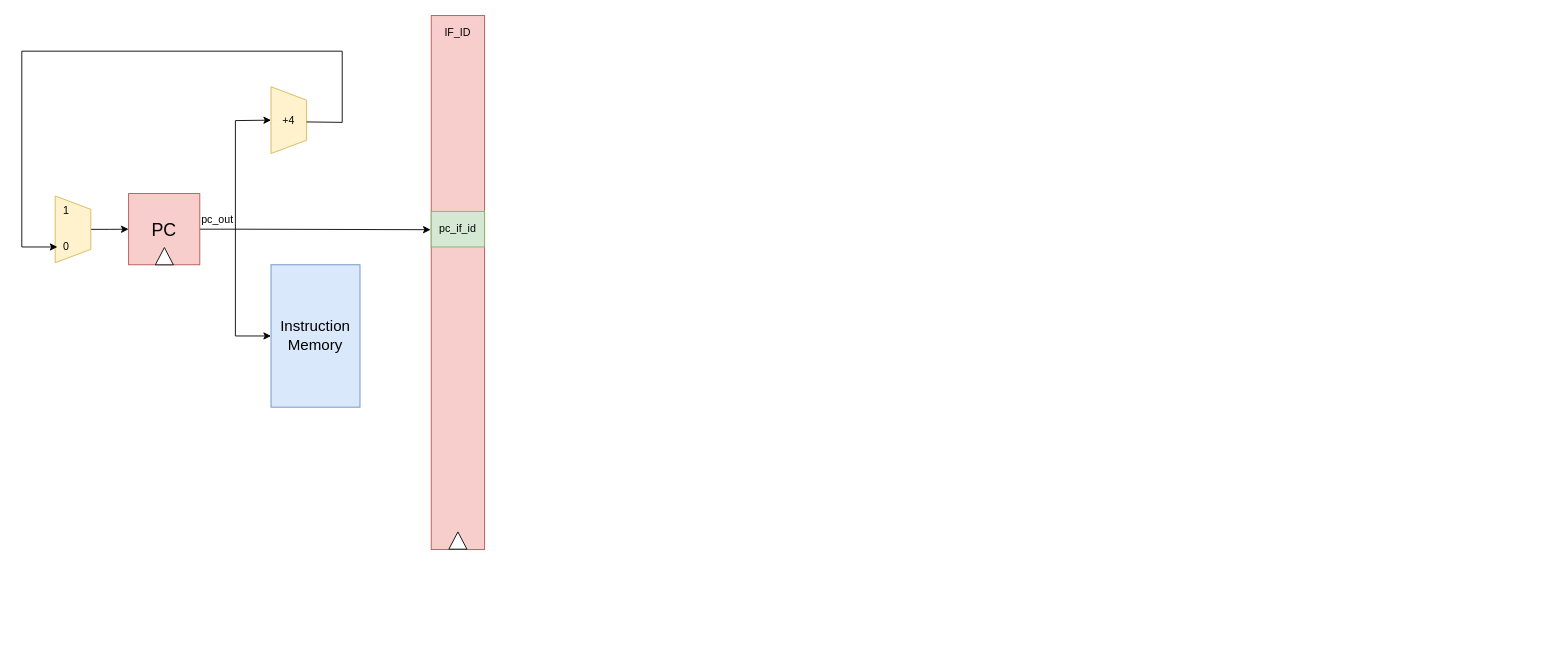
This is HW1/RISC-V Pipeline CPU.drawio from NightKirie/VLSI_2020, a draw.io file, before an edit. Source tidied: cells renumbered, new cells numbered last; positions are measured from the earlier drawing's top-left corner, leaving out a move shared by most shapes. Both pictures are drawn from the tidied source at 89%, with x=0, y=0 at pixel (21, 15).
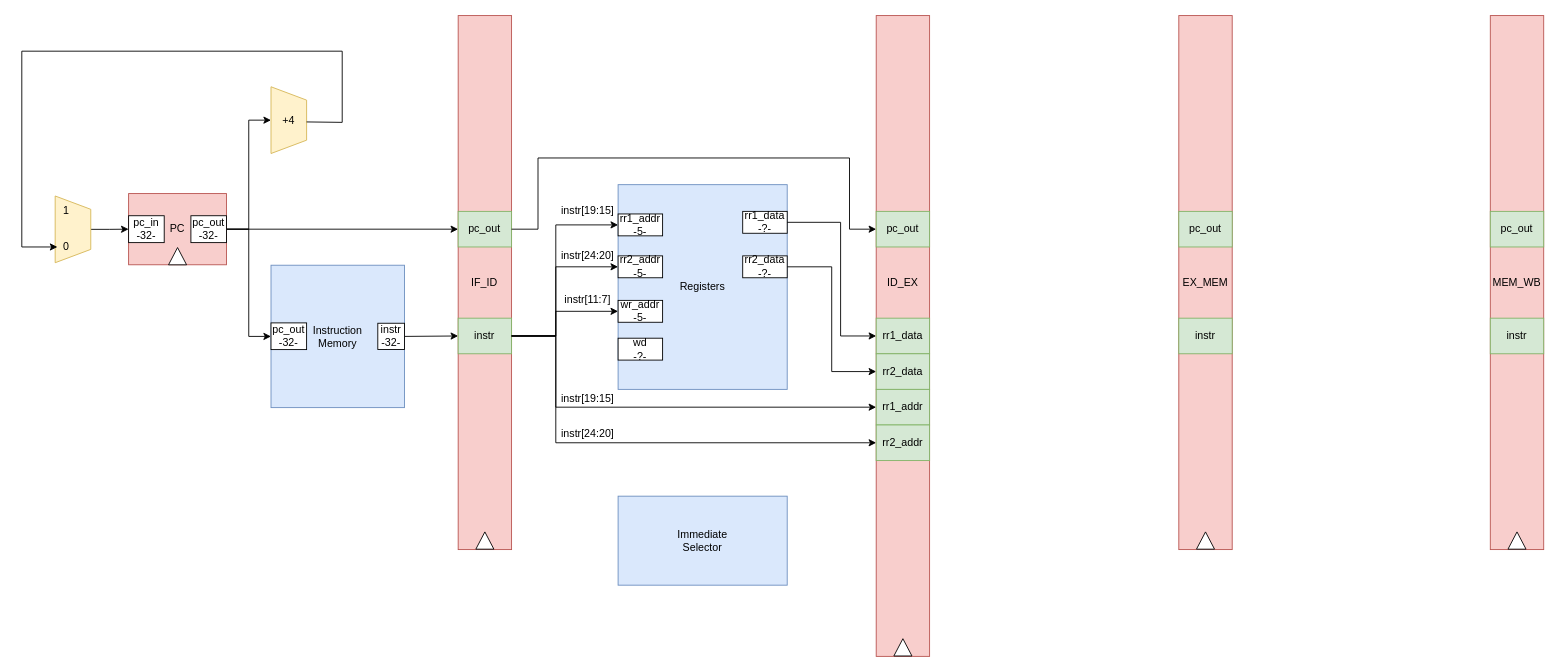
After the change.

The change refers to these unchanged cells:
```xml
<mxCell id="12" value="+4" style="shape=trapezoid;perimeter=trapezoidPerimeter;whiteSpace=wrap;html=1;rounded=0;shadow=0;glass=0;comic=0;fillColor=#fff2cc;strokeColor=#d6b656;rotation=90;horizontal=0;" parent="1" vertex="1">
  <mxGeometry x="262.5" y="97.5" width="75" height="40" as="geometry" />
</mxCell>
```

Change to the diagram source:
```diff
@@
-    <mxCell id="3" value="&lt;font style=&quot;font-size: 20px&quot;&gt;PC&lt;/font&gt;" style="rounded=0;whiteSpace=wrap;html=1;fillColor=#f8cecc;strokeColor=#b85450;gradientColor=none;comic=0;shadow=0;glass=0;" parent="1" vertex="1">
-      <mxGeometry x="120" y="200" width="80" height="80" as="geometry" />
-    </mxCell>
-    <mxCell id="4" style="triangle;whiteSpace=wrap;html=1;rounded=0;shadow=0;glass=0;comic=0;direction=west;rotation=90;" parent="1" vertex="1">
-      <mxGeometry x="150.5" y="260.2" width="19.4" height="20.3" as="geometry" />
-    </mxCell>
-    <mxCell id="5" value="&lt;font style=&quot;font-size: 17px&quot;&gt;Instruction&lt;br&gt;Memory&lt;/font&gt;" style="rounded=0;whiteSpace=wrap;html=1;shadow=0;glass=0;comic=0;fillColor=#dae8fc;strokeColor=#6c8ebf;" parent="1" vertex="1">
-      <mxGeometry x="280" y="280" width="100" height="160" as="geometry" />
-    </mxCell>
-    <mxCell id="6" value="pc_out" style="text;html=1;strokeColor=none;fillColor=none;align=center;verticalAlign=middle;whiteSpace=wrap;rounded=0;shadow=0;glass=0;comic=0;" parent="1" vertex="1">
-      <mxGeometry x="200" y="220" width="40" height="20" as="geometry" />
-    </mxCell>
-    <mxCell id="7" value="&lt;p style=&quot;line-height: 190%&quot;&gt;&lt;br&gt;&lt;/p&gt;" style="rounded=0;whiteSpace=wrap;html=1;shadow=0;glass=0;comic=0;fillColor=#f8cecc;strokeColor=#b85450;" parent="1" vertex="1">
-      <mxGeometry x="460" width="60" height="600" as="geometry" />
-    </mxCell>
-    <mxCell id="8" style="endArrow=classic;html=1;exitX=1;exitY=1;exitDx=0;exitDy=0;entryX=-0.011;entryY=0.401;entryDx=0;entryDy=0;entryPerimeter=0;" parent="1" edge="1" source="6" target="7">
-      <mxGeometry relative="1" as="geometry" />
-    </mxCell>
-    <mxCell id="9" value="IF_ID" style="text;html=1;strokeColor=none;fillColor=none;align=center;verticalAlign=middle;whiteSpace=wrap;rounded=0;shadow=0;glass=0;comic=0;" parent="1" vertex="1">
-      <mxGeometry x="470" y="10" width="40" height="20" as="geometry" />
-    </mxCell>
-    <mxCell id="10" value="pc_if_id" style="rounded=0;whiteSpace=wrap;html=1;shadow=0;glass=0;comic=0;fillColor=#d5e8d4;strokeColor=#82b366;" parent="1" vertex="1">
-      <mxGeometry x="460" y="220" width="60" height="40" as="geometry" />
-    </mxCell>
-    <mxCell id="11" style="triangle;whiteSpace=wrap;html=1;rounded=0;shadow=0;glass=0;comic=0;direction=west;rotation=90;" parent="1" vertex="1">
-      <mxGeometry x="480.3" y="579.7" width="19.4" height="20.3" as="geometry" />
-    </mxCell>
@@
-    <mxCell id="13" style="endArrow=classic;html=1;entryX=0.5;entryY=1;entryDx=0;entryDy=0;rounded=0;" parent="1" edge="1" target="12">
-      <mxGeometry relative="1" as="geometry">
-        <mxPoint x="240" y="240" as="sourcePoint" />
-        <Array as="points">
-          <mxPoint x="240" y="118" />
-        </Array>
-      </mxGeometry>
-    </mxCell>
@@
+    <mxCell id="23" style="endArrow=classic;html=1;exitX=1;exitY=0.5;exitDx=0;exitDy=0;entryX=0;entryY=0.6;entryDx=0;entryDy=0;entryPerimeter=0;" parent="1" edge="1" source="5" target="7">
+      <mxGeometry relative="1" as="geometry" />
+    </mxCell>
+    <mxCell id="24" style="edgeStyle=orthogonalEdgeStyle;rounded=0;jettySize=auto;html=1;exitX=1;exitY=0.5;exitDx=0;exitDy=0;entryX=0.5;entryY=1;entryDx=0;entryDy=0;" parent="1" edge="1" source="30" target="12">
+      <mxGeometry relative="1" as="geometry" />
+    </mxCell>
+    <mxCell id="25" style="edgeStyle=orthogonalEdgeStyle;rounded=0;jettySize=auto;html=1;exitX=1;exitY=0.5;exitDx=0;exitDy=0;" parent="1" edge="1" source="30" target="10">
+      <mxGeometry relative="1" as="geometry" />
+    </mxCell>
+    <mxCell id="26" style="group;" parent="1" vertex="1">
+      <mxGeometry x="280" y="280.5" width="150" height="160" as="geometry" />
+    </mxCell>
+    <mxCell id="5" value="&lt;font style=&quot;font-size: 12px&quot;&gt;Instruction&lt;br&gt;Memory&lt;/font&gt;" style="rounded=0;whiteSpace=wrap;html=1;shadow=0;glass=0;comic=0;fillColor=#dae8fc;strokeColor=#6c8ebf;" parent="26" vertex="1">
+      <mxGeometry width="150" height="160" as="geometry" />
+    </mxCell>
+    <mxCell id="27" value="instr&lt;br&gt;-32-" style="rounded=0;whiteSpace=wrap;html=1;" parent="26" vertex="1">
+      <mxGeometry x="120" y="65.2" width="30" height="29.5" as="geometry" />
+    </mxCell>
+    <mxCell id="28" value="pc_out&lt;br&gt;-32-" style="rounded=0;whiteSpace=wrap;html=1;" parent="26" vertex="1">
+      <mxGeometry y="64.8" width="40" height="30" as="geometry" />
+    </mxCell>
+    <mxCell id="29" style="group;" parent="1" vertex="1">
+      <mxGeometry x="120" y="200" width="110" height="80" as="geometry" />
+    </mxCell>
+    <mxCell id="3" value="&lt;font style=&quot;font-size: 12px&quot;&gt;PC&lt;/font&gt;" style="rounded=0;whiteSpace=wrap;html=1;fillColor=#f8cecc;strokeColor=#b85450;gradientColor=none;comic=0;shadow=0;glass=0;" parent="29" vertex="1">
+      <mxGeometry width="110" height="80" as="geometry" />
+    </mxCell>
+    <mxCell id="4" style="triangle;whiteSpace=wrap;html=1;rounded=0;shadow=0;glass=0;comic=0;direction=west;rotation=90;" parent="29" vertex="1">
+      <mxGeometry x="45.3" y="60.2" width="19.4" height="20.3" as="geometry" />
+    </mxCell>
+    <mxCell id="30" value="pc_out&lt;br&gt;-32-" style="rounded=0;whiteSpace=wrap;html=1;" parent="29" vertex="1">
+      <mxGeometry x="70" y="24.9" width="40" height="30.2" as="geometry" />
+    </mxCell>
+    <mxCell id="31" value="pc_in&lt;br&gt;-32-" style="rounded=0;whiteSpace=wrap;html=1;" parent="29" vertex="1">
+      <mxGeometry y="24.9" width="40" height="30.2" as="geometry" />
+    </mxCell>
+    <mxCell id="32" style="group;" parent="1" vertex="1">
+      <mxGeometry x="490.3" width="60" height="600" as="geometry" />
+    </mxCell>
+    <mxCell id="7" value="&lt;p style=&quot;line-height: 190%&quot;&gt;&lt;br&gt;&lt;/p&gt;" style="rounded=0;whiteSpace=wrap;html=1;shadow=0;glass=0;comic=0;fillColor=#f8cecc;strokeColor=#b85450;" parent="32" vertex="1">
+      <mxGeometry width="60" height="600" as="geometry" />
+    </mxCell>
+    <mxCell id="9" value="IF_ID" style="text;html=1;strokeColor=none;fillColor=none;align=center;verticalAlign=middle;whiteSpace=wrap;rounded=0;shadow=0;glass=0;comic=0;" parent="32" vertex="1">
+      <mxGeometry x="10" y="290" width="40" height="20" as="geometry" />
+    </mxCell>
+    <mxCell id="10" value="pc_out" style="rounded=0;whiteSpace=wrap;html=1;shadow=0;glass=0;comic=0;fillColor=#d5e8d4;strokeColor=#82b366;" parent="32" vertex="1">
+      <mxGeometry y="220" width="60" height="40" as="geometry" />
+    </mxCell>
+    <mxCell id="11" style="triangle;whiteSpace=wrap;html=1;rounded=0;shadow=0;glass=0;comic=0;direction=west;rotation=90;" parent="32" vertex="1">
+      <mxGeometry x="20.3" y="579.7" width="19.4" height="20.3" as="geometry" />
+    </mxCell>
+    <mxCell id="33" value="instr" style="rounded=0;whiteSpace=wrap;html=1;shadow=0;glass=0;comic=0;fillColor=#d5e8d4;strokeColor=#82b366;" parent="32" vertex="1">
+      <mxGeometry y="340" width="60" height="40" as="geometry" />
+    </mxCell>
+    <mxCell id="34" style="group;" parent="1" vertex="1">
+      <mxGeometry x="1300" width="60" height="600" as="geometry" />
+    </mxCell>
+    <mxCell id="35" style="group;" parent="34" vertex="1">
+      <mxGeometry width="60" height="600" as="geometry" />
+    </mxCell>
+    <mxCell id="36" value="&lt;p style=&quot;line-height: 190%&quot;&gt;&lt;br&gt;&lt;/p&gt;" style="rounded=0;whiteSpace=wrap;html=1;shadow=0;glass=0;comic=0;fillColor=#f8cecc;strokeColor=#b85450;" parent="35" vertex="1">
+      <mxGeometry width="60" height="600" as="geometry" />
+    </mxCell>
+    <mxCell id="37" value="EX_MEM" style="text;html=1;strokeColor=none;fillColor=none;align=center;verticalAlign=middle;whiteSpace=wrap;rounded=0;shadow=0;glass=0;comic=0;" parent="35" vertex="1">
+      <mxGeometry x="10" y="290" width="40" height="20" as="geometry" />
+    </mxCell>
+    <mxCell id="38" value="pc_out" style="rounded=0;whiteSpace=wrap;html=1;shadow=0;glass=0;comic=0;fillColor=#d5e8d4;strokeColor=#82b366;" parent="35" vertex="1">
+      <mxGeometry y="220" width="60" height="40" as="geometry" />
+    </mxCell>
+    <mxCell id="39" style="triangle;whiteSpace=wrap;html=1;rounded=0;shadow=0;glass=0;comic=0;direction=west;rotation=90;" parent="35" vertex="1">
+      <mxGeometry x="20.3" y="579.7" width="19.4" height="20.3" as="geometry" />
+    </mxCell>
+    <mxCell id="40" value="instr" style="rounded=0;whiteSpace=wrap;html=1;shadow=0;glass=0;comic=0;fillColor=#d5e8d4;strokeColor=#82b366;" parent="35" vertex="1">
+      <mxGeometry y="340" width="60" height="40" as="geometry" />
+    </mxCell>
+    <mxCell id="41" style="group;" parent="1" vertex="1">
+      <mxGeometry x="1650" width="60" height="600" as="geometry" />
+    </mxCell>
+    <mxCell id="42" style="group;" parent="41" vertex="1">
+      <mxGeometry width="60" height="600" as="geometry" />
+    </mxCell>
+    <mxCell id="43" value="&lt;p style=&quot;line-height: 190%&quot;&gt;&lt;br&gt;&lt;/p&gt;" style="rounded=0;whiteSpace=wrap;html=1;shadow=0;glass=0;comic=0;fillColor=#f8cecc;strokeColor=#b85450;" parent="42" vertex="1">
+      <mxGeometry width="60" height="600" as="geometry" />
+    </mxCell>
+    <mxCell id="44" value="MEM_WB" style="text;html=1;strokeColor=none;fillColor=none;align=center;verticalAlign=middle;whiteSpace=wrap;rounded=0;shadow=0;glass=0;comic=0;" parent="42" vertex="1">
+      <mxGeometry x="10" y="290" width="40" height="20" as="geometry" />
+    </mxCell>
+    <mxCell id="45" value="pc_out" style="rounded=0;whiteSpace=wrap;html=1;shadow=0;glass=0;comic=0;fillColor=#d5e8d4;strokeColor=#82b366;" parent="42" vertex="1">
+      <mxGeometry y="220" width="60" height="40" as="geometry" />
+    </mxCell>
+    <mxCell id="46" style="triangle;whiteSpace=wrap;html=1;rounded=0;shadow=0;glass=0;comic=0;direction=west;rotation=90;" parent="42" vertex="1">
+      <mxGeometry x="20.3" y="579.7" width="19.4" height="20.3" as="geometry" />
+    </mxCell>
+    <mxCell id="47" value="instr" style="rounded=0;whiteSpace=wrap;html=1;shadow=0;glass=0;comic=0;fillColor=#d5e8d4;strokeColor=#82b366;" parent="42" vertex="1">
+      <mxGeometry y="340" width="60" height="40" as="geometry" />
+    </mxCell>
+    <mxCell id="48" style="group;" parent="1" vertex="1">
+      <mxGeometry x="660" y="200" width="190" height="230" as="geometry" />
+    </mxCell>
+    <mxCell id="49" style="group;" parent="48" vertex="1">
+      <mxGeometry x="10" y="-10" width="190" height="230" as="geometry" />
+    </mxCell>
+    <mxCell id="50" value="&lt;font style=&quot;font-size: 12px&quot;&gt;Registers&lt;/font&gt;" style="rounded=0;whiteSpace=wrap;html=1;shadow=0;glass=0;comic=0;fillColor=#dae8fc;strokeColor=#6c8ebf;" parent="49" vertex="1">
+      <mxGeometry width="190" height="230" as="geometry" />
+    </mxCell>
+    <mxCell id="51" value="rr1_addr&lt;br&gt;-5-" style="rounded=0;whiteSpace=wrap;html=1;" parent="49" vertex="1">
+      <mxGeometry y="32.9" width="50" height="24.6" as="geometry" />
+    </mxCell>
+    <mxCell id="52" value="rr2_addr&lt;br&gt;-5-" style="rounded=0;whiteSpace=wrap;html=1;" parent="49" vertex="1">
+      <mxGeometry y="80" width="50" height="24.6" as="geometry" />
+    </mxCell>
+    <mxCell id="53" value="wr_addr&lt;br&gt;-5-" style="rounded=0;whiteSpace=wrap;html=1;" parent="49" vertex="1">
+      <mxGeometry y="130" width="50" height="24.6" as="geometry" />
+    </mxCell>
+    <mxCell id="54" value="wd&lt;br&gt;-?-" style="rounded=0;whiteSpace=wrap;html=1;" parent="49" vertex="1">
+      <mxGeometry y="172.5" width="50" height="24.6" as="geometry" />
+    </mxCell>
+    <mxCell id="55" value="rr1_data&lt;br&gt;-?-" style="rounded=0;whiteSpace=wrap;html=1;" parent="49" vertex="1">
+      <mxGeometry x="140" y="30" width="50" height="24.6" as="geometry" />
+    </mxCell>
+    <mxCell id="56" value="rr2_data&lt;br&gt;-?-" style="rounded=0;whiteSpace=wrap;html=1;" parent="49" vertex="1">
+      <mxGeometry x="140" y="80" width="50" height="24.6" as="geometry" />
+    </mxCell>
+    <mxCell id="57" style="edgeStyle=orthogonalEdgeStyle;rounded=0;jettySize=auto;html=1;exitX=1;exitY=0.5;exitDx=0;exitDy=0;entryX=0;entryY=0.5;entryDx=0;entryDy=0;" parent="1" edge="1" source="33" target="51">
+      <mxGeometry relative="1" as="geometry">
+        <Array as="points">
+          <mxPoint x="600" y="360" />
+          <mxPoint x="600" y="235" />
+        </Array>
+      </mxGeometry>
+    </mxCell>
+    <mxCell id="58" style="edgeStyle=orthogonalEdgeStyle;rounded=0;jettySize=auto;html=1;exitX=1;exitY=0.5;exitDx=0;exitDy=0;entryX=0;entryY=0.5;entryDx=0;entryDy=0;" parent="1" edge="1" source="33" target="52">
+      <mxGeometry relative="1" as="geometry">
+        <Array as="points">
+          <mxPoint x="600" y="360" />
+          <mxPoint x="600" y="282" />
+        </Array>
+      </mxGeometry>
+    </mxCell>
+    <mxCell id="59" style="edgeStyle=orthogonalEdgeStyle;rounded=0;jettySize=auto;html=1;exitX=1;exitY=0.5;exitDx=0;exitDy=0;entryX=0;entryY=0.5;entryDx=0;entryDy=0;" parent="1" edge="1" source="10" target="74">
+      <mxGeometry relative="1" as="geometry">
+        <Array as="points">
+          <mxPoint x="580" y="240" />
+          <mxPoint x="580" y="160" />
+          <mxPoint x="930" y="160" />
+          <mxPoint x="930" y="240" />
+        </Array>
+      </mxGeometry>
+    </mxCell>
+    <mxCell id="60" value="Immediate&lt;br&gt;Selector" style="rounded=0;whiteSpace=wrap;html=1;fillColor=#dae8fc;strokeColor=#6c8ebf;" parent="1" vertex="1">
+      <mxGeometry x="670" y="540" width="190" height="100" as="geometry" />
+    </mxCell>
+    <mxCell id="61" value="instr[19:15]" style="text;html=1;strokeColor=none;fillColor=none;align=center;verticalAlign=middle;whiteSpace=wrap;rounded=0;" parent="1" vertex="1">
+      <mxGeometry x="616" y="210" width="40" height="20" as="geometry" />
+    </mxCell>
+    <mxCell id="62" value="instr[24:20]" style="text;html=1;strokeColor=none;fillColor=none;align=center;verticalAlign=middle;whiteSpace=wrap;rounded=0;" parent="1" vertex="1">
+      <mxGeometry x="616" y="260" width="40" height="20" as="geometry" />
+    </mxCell>
+    <mxCell id="63" style="edgeStyle=orthogonalEdgeStyle;rounded=0;jettySize=auto;html=1;exitX=1;exitY=0.5;exitDx=0;exitDy=0;entryX=0;entryY=0.5;entryDx=0;entryDy=0;" parent="1" edge="1" source="33" target="53">
+      <mxGeometry relative="1" as="geometry">
+        <Array as="points">
+          <mxPoint x="600" y="360" />
+          <mxPoint x="600" y="332" />
+        </Array>
+      </mxGeometry>
+    </mxCell>
+    <mxCell id="64" value="instr[11:7]" style="text;html=1;strokeColor=none;fillColor=none;align=center;verticalAlign=middle;whiteSpace=wrap;rounded=0;" parent="1" vertex="1">
+      <mxGeometry x="616" y="310" width="40" height="20" as="geometry" />
+    </mxCell>
+    <mxCell id="65" style="edgeStyle=orthogonalEdgeStyle;rounded=0;jettySize=auto;html=1;exitX=1;exitY=0.5;exitDx=0;exitDy=0;entryX=0;entryY=0.5;entryDx=0;entryDy=0;" parent="1" edge="1" source="55" target="76">
+      <mxGeometry relative="1" as="geometry">
+        <Array as="points">
+          <mxPoint x="920" y="232" />
+          <mxPoint x="920" y="360" />
+        </Array>
+      </mxGeometry>
+    </mxCell>
+    <mxCell id="66" style="edgeStyle=orthogonalEdgeStyle;rounded=0;jettySize=auto;html=1;exitX=1;exitY=0.5;exitDx=0;exitDy=0;entryX=0;entryY=0.5;entryDx=0;entryDy=0;" parent="1" edge="1" source="56" target="77">
+      <mxGeometry relative="1" as="geometry">
+        <Array as="points">
+          <mxPoint x="910" y="282" />
+          <mxPoint x="910" y="400" />
+        </Array>
+      </mxGeometry>
+    </mxCell>
+    <mxCell id="67" style="edgeStyle=orthogonalEdgeStyle;rounded=0;jettySize=auto;html=1;exitX=1;exitY=0.5;exitDx=0;exitDy=0;entryX=0;entryY=0.5;entryDx=0;entryDy=0;" parent="1" edge="1" source="33" target="78">
+      <mxGeometry relative="1" as="geometry">
+        <Array as="points">
+          <mxPoint x="600" y="360" />
+          <mxPoint x="600" y="440" />
+        </Array>
+      </mxGeometry>
+    </mxCell>
+    <mxCell id="68" style="edgeStyle=orthogonalEdgeStyle;rounded=0;jettySize=auto;html=1;exitX=1;exitY=0.5;exitDx=0;exitDy=0;entryX=0;entryY=0.5;entryDx=0;entryDy=0;" parent="1" edge="1" source="33" target="79">
+      <mxGeometry relative="1" as="geometry">
+        <Array as="points">
+          <mxPoint x="600" y="360" />
+          <mxPoint x="600" y="480" />
+        </Array>
+      </mxGeometry>
+    </mxCell>
+    <mxCell id="69" value="instr[19:15]" style="text;html=1;strokeColor=none;fillColor=none;align=center;verticalAlign=middle;whiteSpace=wrap;rounded=0;" parent="1" vertex="1">
+      <mxGeometry x="616" y="420.5" width="40" height="20" as="geometry" />
+    </mxCell>
+    <mxCell id="70" value="instr[24:20]" style="text;html=1;strokeColor=none;fillColor=none;align=center;verticalAlign=middle;whiteSpace=wrap;rounded=0;" parent="1" vertex="1">
+      <mxGeometry x="616" y="460" width="40" height="20" as="geometry" />
+    </mxCell>
+    <mxCell id="71" style="group;" parent="1" vertex="1">
+      <mxGeometry x="960" width="60" height="720" as="geometry" />
+    </mxCell>
+    <mxCell id="72" value="&lt;p style=&quot;line-height: 190%&quot;&gt;&lt;br&gt;&lt;/p&gt;" style="rounded=0;whiteSpace=wrap;html=1;shadow=0;glass=0;comic=0;fillColor=#f8cecc;strokeColor=#b85450;" parent="71" vertex="1">
+      <mxGeometry width="60" height="720" as="geometry" />
+    </mxCell>
+    <mxCell id="73" value="ID_EX" style="text;html=1;strokeColor=none;fillColor=none;align=center;verticalAlign=middle;whiteSpace=wrap;rounded=0;shadow=0;glass=0;comic=0;" parent="71" vertex="1">
+      <mxGeometry x="10" y="290" width="40" height="20" as="geometry" />
+    </mxCell>
+    <mxCell id="74" value="pc_out" style="rounded=0;whiteSpace=wrap;html=1;shadow=0;glass=0;comic=0;fillColor=#d5e8d4;strokeColor=#82b366;" parent="71" vertex="1">
+      <mxGeometry y="220" width="60" height="40" as="geometry" />
+    </mxCell>
+    <mxCell id="75" style="triangle;whiteSpace=wrap;html=1;rounded=0;shadow=0;glass=0;comic=0;direction=west;rotation=90;" parent="71" vertex="1">
+      <mxGeometry x="20.3" y="699.7" width="19.4" height="20.3" as="geometry" />
+    </mxCell>
+    <mxCell id="76" value="rr1_data" style="rounded=0;whiteSpace=wrap;html=1;shadow=0;glass=0;comic=0;fillColor=#d5e8d4;strokeColor=#82b366;" parent="71" vertex="1">
+      <mxGeometry y="340" width="60" height="40" as="geometry" />
+    </mxCell>
+    <mxCell id="77" value="rr2_data" style="rounded=0;whiteSpace=wrap;html=1;shadow=0;glass=0;comic=0;fillColor=#d5e8d4;strokeColor=#82b366;" parent="71" vertex="1">
+      <mxGeometry y="380" width="60" height="40" as="geometry" />
+    </mxCell>
+    <mxCell id="78" value="rr1_addr" style="rounded=0;whiteSpace=wrap;html=1;shadow=0;glass=0;comic=0;fillColor=#d5e8d4;strokeColor=#82b366;" parent="71" vertex="1">
+      <mxGeometry y="420" width="60" height="40" as="geometry" />
+    </mxCell>
+    <mxCell id="79" value="rr2_addr" style="rounded=0;whiteSpace=wrap;html=1;shadow=0;glass=0;comic=0;fillColor=#d5e8d4;strokeColor=#82b366;" parent="71" vertex="1">
+      <mxGeometry y="460" width="60" height="40" as="geometry" />
+    </mxCell>
```
